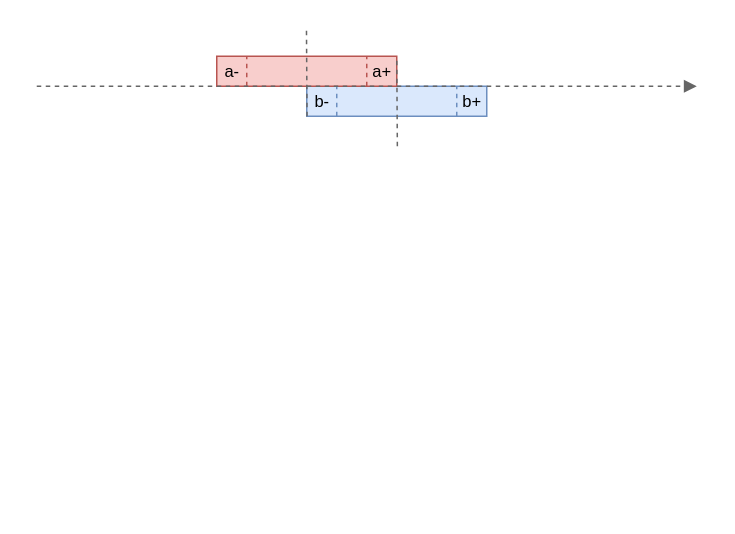
This is page "ToSave" (1 of 4) of res/resources.drawio from gchudnov/mindthegap, a draw.io file, before an edit. Source tidied: cells renumbered, new cells numbered last; positions are measured from the earlier drawing's top-left corner, leaving out a move shared by most shapes. Both pictures are drawn from the tidied source at 150%, with x=0, y=0 at pixel (36, 26).
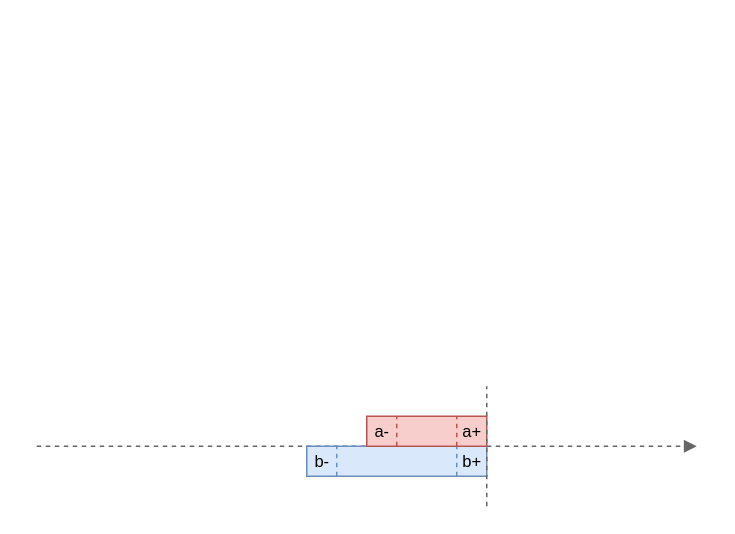
Above is the later version.

The edit, as a diff of the source:
```diff
@@
-    <mxCell id="2" style="group;" parent="1" vertex="1">
-      <mxGeometry x="180" y="40" width="120" height="20" as="geometry" />
-    </mxCell>
+    <mxCell id="17" style="endArrow=block;html=1;fontSize=12;strokeWidth=1;fillColor=#f5f5f5;strokeColor=#666666;endFill=1;dashed=1;" parent="1" edge="1">
+      <mxGeometry relative="1" as="geometry">
+        <mxPoint y="280" as="sourcePoint" />
+        <mxPoint x="440" y="280" as="targetPoint" />
+      </mxGeometry>
+    </mxCell>
+    <mxCell id="18" style="group;" parent="1" vertex="1">
+      <mxGeometry x="180" y="280" width="120" height="20" as="geometry" />
+    </mxCell>
-    <mxCell id="3" style="rounded=0;whiteSpace=wrap;html=1;fontSize=12;strokeWidth=1;fillColor=#dae8fc;strokeColor=#6c8ebf;" parent="2" vertex="1">
+    <mxCell id="3" style="rounded=0;whiteSpace=wrap;html=1;fontSize=12;strokeWidth=1;fillColor=#dae8fc;strokeColor=#6c8ebf;" parent="18" vertex="1">
       <mxGeometry width="120" height="20" as="geometry" />
     </mxCell>
-    <mxCell id="4" value="b-" style="text;html=1;strokeColor=none;fillColor=none;align=center;verticalAlign=middle;rounded=0;fontSize=11;" parent="2" vertex="1">
+    <mxCell id="4" value="b-" style="text;html=1;strokeColor=none;fillColor=none;align=center;verticalAlign=middle;rounded=0;fontSize=11;" parent="18" vertex="1">
       <mxGeometry width="20" height="20" as="geometry" />
     </mxCell>
-    <mxCell id="5" value="b+" style="text;strokeColor=none;fillColor=none;align=center;verticalAlign=middle;rounded=0;fontSize=11;html=1;spacing=2;" parent="2" vertex="1">
+    <mxCell id="5" value="b+" style="text;strokeColor=none;fillColor=none;align=center;verticalAlign=middle;rounded=0;fontSize=11;html=1;spacing=2;" parent="18" vertex="1">
       <mxGeometry x="100" width="20" height="20" as="geometry" />
     </mxCell>
-    <mxCell id="6" style="endArrow=none;dashed=1;html=1;strokeWidth=1;fontSize=11;fillColor=#dae8fc;strokeColor=#6c8ebf;" parent="2" edge="1">
-      <mxGeometry relative="1" as="geometry">
-        <mxPoint x="100" y="20" as="sourcePoint" />
-        <mxPoint x="100" as="targetPoint" />
-      </mxGeometry>
-    </mxCell>
-    <mxCell id="7" style="endArrow=none;dashed=1;html=1;strokeWidth=1;fontSize=11;fillColor=#dae8fc;strokeColor=#6c8ebf;" parent="2" edge="1">
-      <mxGeometry relative="1" as="geometry">
-        <mxPoint x="20" y="20" as="sourcePoint" />
-        <mxPoint x="20" as="targetPoint" />
-      </mxGeometry>
-    </mxCell>
-    <mxCell id="8" style="group;" parent="1" vertex="1">
-      <mxGeometry x="120" y="20" width="120" height="20" as="geometry" />
-    </mxCell>
-    <mxCell id="9" style="rounded=0;whiteSpace=wrap;html=1;fontSize=12;strokeWidth=1;fillColor=#f8cecc;strokeColor=#b85450;" parent="8" vertex="1">
-      <mxGeometry width="120" height="20" as="geometry" />
-    </mxCell>
+    <mxCell id="19" style="endArrow=none;dashed=1;html=1;strokeWidth=1;fontSize=11;fillColor=#dae8fc;strokeColor=#6c8ebf;" parent="18" edge="1">
+      <mxGeometry relative="1" as="geometry">
+        <mxPoint x="100" y="20" as="sourcePoint" />
+        <mxPoint x="100" as="targetPoint" />
+      </mxGeometry>
+    </mxCell>
+    <mxCell id="20" style="endArrow=none;dashed=1;html=1;strokeWidth=1;fontSize=11;fillColor=#dae8fc;strokeColor=#6c8ebf;" parent="18" edge="1">
+      <mxGeometry relative="1" as="geometry">
+        <mxPoint x="20" y="20" as="sourcePoint" />
+        <mxPoint x="20" as="targetPoint" />
+      </mxGeometry>
+    </mxCell>
+    <mxCell id="21" style="group;" parent="1" vertex="1">
+      <mxGeometry x="220" y="260" width="80" height="20" as="geometry" />
+    </mxCell>
+    <mxCell id="22" style="rounded=0;whiteSpace=wrap;html=1;fontSize=12;strokeWidth=1;fillColor=#f8cecc;strokeColor=#b85450;" parent="21" vertex="1">
+      <mxGeometry width="80" height="20" as="geometry" />
+    </mxCell>
-    <mxCell id="10" value="&lt;p style=&quot;line-height: 1.2&quot;&gt;a-&lt;/p&gt;" style="text;html=1;strokeColor=none;fillColor=none;align=center;verticalAlign=middle;rounded=0;fontSize=11;labelPosition=center;verticalLabelPosition=middle;horizontal=1;" parent="8" vertex="1">
+    <mxCell id="10" value="&lt;p style=&quot;line-height: 1.2&quot;&gt;a-&lt;/p&gt;" style="text;html=1;strokeColor=none;fillColor=none;align=center;verticalAlign=middle;rounded=0;fontSize=11;labelPosition=center;verticalLabelPosition=middle;horizontal=1;" parent="21" vertex="1">
       <mxGeometry width="20" height="20" as="geometry" />
     </mxCell>
-    <mxCell id="11" value="a+" style="text;html=1;strokeColor=none;fillColor=none;align=center;verticalAlign=middle;rounded=0;fontSize=11;spacing=2;" parent="8" vertex="1">
-      <mxGeometry x="100" width="20" height="20" as="geometry" />
+    <mxCell id="11" value="a+" style="text;html=1;strokeColor=none;fillColor=none;align=center;verticalAlign=middle;rounded=0;fontSize=11;spacing=2;" parent="21" vertex="1">
+      <mxGeometry x="60" width="20" height="20" as="geometry" />
     </mxCell>
-    <mxCell id="12" style="endArrow=none;dashed=1;html=1;strokeWidth=1;fontSize=11;fillColor=#f8cecc;strokeColor=#b85450;" parent="8" edge="1">
-      <mxGeometry relative="1" as="geometry">
-        <mxPoint x="100" y="20" as="sourcePoint" />
-        <mxPoint x="100" as="targetPoint" />
-      </mxGeometry>
-    </mxCell>
-    <mxCell id="13" style="endArrow=none;dashed=1;html=1;strokeWidth=1;fontSize=11;fillColor=#f8cecc;strokeColor=#b85450;" parent="8" edge="1">
-      <mxGeometry relative="1" as="geometry">
-        <mxPoint x="20" y="20" as="sourcePoint" />
-        <mxPoint x="20" as="targetPoint" />
-      </mxGeometry>
-    </mxCell>
-    <mxCell id="14" style="endArrow=none;dashed=1;html=1;strokeWidth=1;fontSize=11;fillColor=#f5f5f5;strokeColor=#666666;" parent="1" edge="1">
-      <mxGeometry relative="1" as="geometry">
-        <mxPoint x="240.4" y="80" as="sourcePoint" />
-        <mxPoint x="240" y="20" as="targetPoint" />
-      </mxGeometry>
-    </mxCell>
-    <mxCell id="15" style="endArrow=none;dashed=1;html=1;strokeWidth=1;fontSize=11;fillColor=#f5f5f5;strokeColor=#666666;" parent="1" edge="1">
-      <mxGeometry relative="1" as="geometry">
-        <mxPoint x="180.2" y="60" as="sourcePoint" />
-        <mxPoint x="179.8" as="targetPoint" />
-      </mxGeometry>
-    </mxCell>
-    <mxCell id="16" style="endArrow=block;html=1;fontSize=12;strokeWidth=1;fillColor=#f5f5f5;strokeColor=#666666;endFill=1;dashed=1;" parent="1" edge="1">
-      <mxGeometry relative="1" as="geometry">
-        <mxPoint y="40" as="sourcePoint" />
-        <mxPoint x="440" y="40" as="targetPoint" />
-      </mxGeometry>
-    </mxCell>
+    <mxCell id="23" style="endArrow=none;dashed=1;html=1;strokeWidth=1;fontSize=11;fillColor=#f8cecc;strokeColor=#b85450;" parent="21" edge="1">
+      <mxGeometry relative="1" as="geometry">
+        <mxPoint x="60" y="20" as="sourcePoint" />
+        <mxPoint x="60" as="targetPoint" />
+      </mxGeometry>
+    </mxCell>
+    <mxCell id="24" style="endArrow=none;dashed=1;html=1;strokeWidth=1;fontSize=11;fillColor=#f8cecc;strokeColor=#b85450;" parent="21" edge="1">
+      <mxGeometry relative="1" as="geometry">
+        <mxPoint x="20" y="20" as="sourcePoint" />
+        <mxPoint x="20" as="targetPoint" />
+      </mxGeometry>
+    </mxCell>
+    <mxCell id="25" style="endArrow=none;dashed=1;html=1;strokeWidth=1;fontSize=11;fillColor=#f5f5f5;strokeColor=#666666;" parent="1" edge="1">
+      <mxGeometry relative="1" as="geometry">
+        <mxPoint x="300" y="320" as="sourcePoint" />
+        <mxPoint x="300" y="240" as="targetPoint" />
+      </mxGeometry>
+    </mxCell>
```
